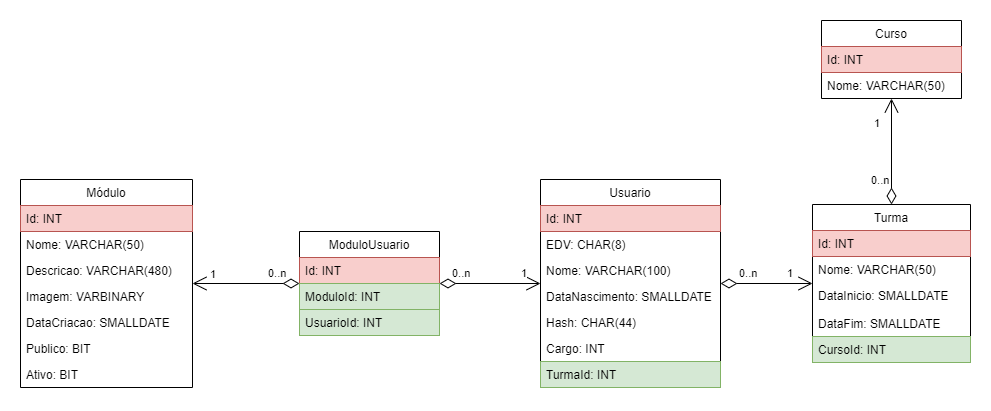
Earlier version of the draw.io export Documentacao/Core/Core - Diagrama de Banco de Dados.png (BrunoViotto18/ETS-Hub). Source tidied: cells renumbered, new cells last; positions are measured from the earlier drawing's top-left corner, leaving out a move shared by most shapes. Source of this version:
```xml
<mxGraphModel>
  <root>
    <mxCell id="0" />
    <mxCell id="1" parent="0" />
    <mxCell id="2" value="Usuario" style="swimlane;fontStyle=0;horizontal=1;startSize=26;fillColor=none;" parent="1" vertex="1">
      <mxGeometry x="520" y="159" width="180" height="208" as="geometry" />
    </mxCell>
    <mxCell id="3" value="Id: INT" style="text;strokeColor=#b85450;fillColor=#f8cecc;align=left;verticalAlign=top;spacingLeft=4;spacingRight=4;overflow=hidden;" parent="2" vertex="1">
      <mxGeometry y="26" width="180" height="26" as="geometry" />
    </mxCell>
    <mxCell id="4" value="EDV: CHAR(8)" style="text;strokeColor=none;fillColor=none;align=left;verticalAlign=top;spacingLeft=4;spacingRight=4;overflow=hidden;" parent="2" vertex="1">
      <mxGeometry y="52" width="180" height="26" as="geometry" />
    </mxCell>
    <mxCell id="5" value="Nome: VARCHAR(100)" style="text;strokeColor=none;fillColor=none;align=left;verticalAlign=top;spacingLeft=4;spacingRight=4;overflow=hidden;" parent="2" vertex="1">
      <mxGeometry y="78" width="180" height="26" as="geometry" />
    </mxCell>
    <mxCell id="6" value="DataNascimento: SMALLDATE" style="text;strokeColor=none;fillColor=none;align=left;verticalAlign=top;spacingLeft=4;spacingRight=4;overflow=hidden;" parent="2" vertex="1">
      <mxGeometry y="104" width="180" height="26" as="geometry" />
    </mxCell>
    <mxCell id="7" value="Hash: CHAR(44)" style="text;strokeColor=none;fillColor=none;align=left;verticalAlign=top;spacingLeft=4;spacingRight=4;overflow=hidden;" parent="2" vertex="1">
      <mxGeometry y="130" width="180" height="26" as="geometry" />
    </mxCell>
    <mxCell id="8" value="Cargo: INT" style="text;strokeColor=none;fillColor=none;align=left;verticalAlign=top;spacingLeft=4;spacingRight=4;overflow=hidden;" parent="2" vertex="1">
      <mxGeometry y="156" width="180" height="26" as="geometry" />
    </mxCell>
    <mxCell id="9" value="TurmaId: INT" style="text;strokeColor=#82b366;fillColor=#d5e8d4;align=left;verticalAlign=top;spacingLeft=4;spacingRight=4;overflow=hidden;" parent="2" vertex="1">
      <mxGeometry y="182" width="180" height="26" as="geometry" />
    </mxCell>
    <mxCell id="10" value="Turma" style="swimlane;fontStyle=0;horizontal=1;startSize=26;fillColor=none;" parent="1" vertex="1">
      <mxGeometry x="792" y="184" width="158" height="158" as="geometry" />
    </mxCell>
    <mxCell id="11" value="Id: INT" style="text;strokeColor=#b85450;fillColor=#f8cecc;align=left;verticalAlign=top;spacingLeft=4;spacingRight=4;overflow=hidden;" parent="10" vertex="1">
      <mxGeometry y="26" width="158" height="26" as="geometry" />
    </mxCell>
    <mxCell id="12" value="Nome: VARCHAR(50)" style="text;strokeColor=none;fillColor=none;align=left;verticalAlign=top;spacingLeft=4;spacingRight=4;overflow=hidden;" parent="10" vertex="1">
      <mxGeometry y="52" width="158" height="26" as="geometry" />
    </mxCell>
    <mxCell id="13" value="DataInicio: SMALLDATE" style="text;strokeColor=none;fillColor=none;align=left;verticalAlign=top;spacingLeft=4;spacingRight=4;overflow=hidden;" parent="10" vertex="1">
      <mxGeometry y="78" width="158" height="28" as="geometry" />
    </mxCell>
    <mxCell id="14" value="DataFim: SMALLDATE" style="text;strokeColor=none;fillColor=none;align=left;verticalAlign=top;spacingLeft=4;spacingRight=4;overflow=hidden;" parent="10" vertex="1">
      <mxGeometry y="106" width="158" height="26" as="geometry" />
    </mxCell>
    <mxCell id="15" value="CursoId: INT" style="text;strokeColor=#82b366;fillColor=#d5e8d4;align=left;verticalAlign=top;spacingLeft=4;spacingRight=4;overflow=hidden;" parent="10" vertex="1">
      <mxGeometry y="132" width="158" height="26" as="geometry" />
    </mxCell>
    <mxCell id="16" value="Curso" style="swimlane;fontStyle=0;horizontal=1;startSize=26;fillColor=none;" parent="1" vertex="1">
      <mxGeometry x="801" width="140" height="78" as="geometry" />
    </mxCell>
    <mxCell id="17" value="Id: INT" style="text;strokeColor=#b85450;fillColor=#f8cecc;align=left;verticalAlign=top;spacingLeft=4;spacingRight=4;overflow=hidden;" parent="16" vertex="1">
      <mxGeometry y="26" width="140" height="26" as="geometry" />
    </mxCell>
    <mxCell id="18" value="Nome: VARCHAR(50)" style="text;strokeColor=none;fillColor=none;align=left;verticalAlign=top;spacingLeft=4;spacingRight=4;overflow=hidden;" parent="16" vertex="1">
      <mxGeometry y="52" width="140" height="26" as="geometry" />
    </mxCell>
    <mxCell id="19" value="ModuloUsuario" style="swimlane;fontStyle=0;horizontal=1;startSize=26;fillColor=none;" parent="1" vertex="1">
      <mxGeometry x="279" y="211" width="140" height="104" as="geometry" />
    </mxCell>
    <mxCell id="20" value="Id: INT" style="text;strokeColor=#b85450;fillColor=#f8cecc;align=left;verticalAlign=top;spacingLeft=4;spacingRight=4;overflow=hidden;" parent="19" vertex="1">
      <mxGeometry y="26" width="140" height="26" as="geometry" />
    </mxCell>
    <mxCell id="21" value="ModuloId: INT" style="text;strokeColor=#82b366;fillColor=#d5e8d4;align=left;verticalAlign=top;spacingLeft=4;spacingRight=4;overflow=hidden;" parent="19" vertex="1">
      <mxGeometry y="52" width="140" height="26" as="geometry" />
    </mxCell>
    <mxCell id="22" value="UsuarioId: INT" style="text;strokeColor=#82b366;fillColor=#d5e8d4;align=left;verticalAlign=top;spacingLeft=4;spacingRight=4;overflow=hidden;" parent="19" vertex="1">
      <mxGeometry y="78" width="140" height="26" as="geometry" />
    </mxCell>
    <mxCell id="23" value="Módulo" style="swimlane;fontStyle=0;horizontal=1;startSize=26;fillColor=none;" parent="1" vertex="1">
      <mxGeometry y="159" width="172" height="208" as="geometry" />
    </mxCell>
    <mxCell id="24" value="Id: INT" style="text;strokeColor=#b85450;fillColor=#f8cecc;align=left;verticalAlign=top;spacingLeft=4;spacingRight=4;overflow=hidden;" parent="23" vertex="1">
      <mxGeometry y="26" width="172" height="26" as="geometry" />
    </mxCell>
    <mxCell id="25" value="Nome: VARCHAR(50)" style="text;strokeColor=none;fillColor=none;align=left;verticalAlign=top;spacingLeft=4;spacingRight=4;overflow=hidden;" parent="23" vertex="1">
      <mxGeometry y="52" width="172" height="26" as="geometry" />
    </mxCell>
    <mxCell id="26" value="Descricao: VARCHAR(480)" style="text;strokeColor=none;fillColor=none;align=left;verticalAlign=top;spacingLeft=4;spacingRight=4;overflow=hidden;" parent="23" vertex="1">
      <mxGeometry y="78" width="172" height="26" as="geometry" />
    </mxCell>
    <mxCell id="27" value="Imagem: VARBINARY" style="text;strokeColor=none;fillColor=none;align=left;verticalAlign=top;spacingLeft=4;spacingRight=4;overflow=hidden;" parent="23" vertex="1">
      <mxGeometry y="104" width="172" height="26" as="geometry" />
    </mxCell>
    <mxCell id="28" value="DataCriacao: SMALLDATE" style="text;strokeColor=none;fillColor=none;align=left;verticalAlign=top;spacingLeft=4;spacingRight=4;overflow=hidden;" parent="23" vertex="1">
      <mxGeometry y="130" width="172" height="26" as="geometry" />
    </mxCell>
    <mxCell id="29" value="Publico: BIT" style="text;strokeColor=none;fillColor=none;align=left;verticalAlign=top;spacingLeft=4;spacingRight=4;overflow=hidden;" parent="23" vertex="1">
      <mxGeometry y="156" width="172" height="26" as="geometry" />
    </mxCell>
    <mxCell id="30" value="Ativo: BIT" style="text;strokeColor=none;fillColor=none;align=left;verticalAlign=top;spacingLeft=4;spacingRight=4;overflow=hidden;" parent="23" vertex="1">
      <mxGeometry y="182" width="172" height="26" as="geometry" />
    </mxCell>
    <mxCell id="31" style="endArrow=open;html=1;endSize=12;startArrow=diamondThin;startSize=14;startFill=0;edgeStyle=orthogonalEdgeStyle;rounded=0;" parent="1" edge="1" source="19" target="23">
      <mxGeometry relative="1" as="geometry" />
    </mxCell>
    <mxCell id="32" value="0..n" style="edgeLabel;html=1;align=left;verticalAlign=top;" parent="31" vertex="1">
      <mxGeometry x="-1" relative="1" as="geometry">
        <mxPoint x="-33" y="-23" as="offset" />
      </mxGeometry>
    </mxCell>
    <mxCell id="33" value="1" style="edgeLabel;html=1;align=right;verticalAlign=top;" parent="31" vertex="1">
      <mxGeometry x="1" relative="1" as="geometry">
        <mxPoint x="24" y="-22" as="offset" />
      </mxGeometry>
    </mxCell>
    <mxCell id="34" style="endArrow=open;html=1;endSize=12;startArrow=diamondThin;startSize=14;startFill=0;edgeStyle=orthogonalEdgeStyle;rounded=0;" parent="1" edge="1" source="19" target="2">
      <mxGeometry relative="1" as="geometry" />
    </mxCell>
    <mxCell id="35" value="0..n" style="edgeLabel;html=1;align=left;verticalAlign=top;" parent="34" vertex="1">
      <mxGeometry x="-1" relative="1" as="geometry">
        <mxPoint x="11" y="-23" as="offset" />
      </mxGeometry>
    </mxCell>
    <mxCell id="36" value="1" style="edgeLabel;html=1;align=right;verticalAlign=top;" parent="34" vertex="1">
      <mxGeometry x="1" relative="1" as="geometry">
        <mxPoint x="-13" y="-23" as="offset" />
      </mxGeometry>
    </mxCell>
    <mxCell id="37" style="endArrow=open;html=1;endSize=12;startArrow=diamondThin;startSize=14;startFill=0;edgeStyle=orthogonalEdgeStyle;rounded=0;" parent="1" edge="1" source="10" target="16">
      <mxGeometry relative="1" as="geometry" />
    </mxCell>
    <mxCell id="38" value="0..n" style="edgeLabel;html=1;align=left;verticalAlign=top;" parent="37" vertex="1">
      <mxGeometry x="-1" relative="1" as="geometry">
        <mxPoint x="-22" y="-37" as="offset" />
      </mxGeometry>
    </mxCell>
    <mxCell id="39" value="1" style="edgeLabel;html=1;align=right;verticalAlign=top;" parent="37" vertex="1">
      <mxGeometry x="1" relative="1" as="geometry">
        <mxPoint x="-11" y="12" as="offset" />
      </mxGeometry>
    </mxCell>
    <mxCell id="40" style="endArrow=open;html=1;endSize=12;startArrow=diamondThin;startSize=14;startFill=0;edgeStyle=orthogonalEdgeStyle;rounded=0;" parent="1" edge="1" source="2" target="10">
      <mxGeometry relative="1" as="geometry" />
    </mxCell>
    <mxCell id="41" value="0..n" style="edgeLabel;html=1;align=left;verticalAlign=top;" parent="40" vertex="1">
      <mxGeometry x="-1" relative="1" as="geometry">
        <mxPoint x="17" y="-23" as="offset" />
      </mxGeometry>
    </mxCell>
    <mxCell id="42" value="1" style="edgeLabel;html=1;align=right;verticalAlign=top;" parent="40" vertex="1">
      <mxGeometry x="1" relative="1" as="geometry">
        <mxPoint x="-19" y="-23" as="offset" />
      </mxGeometry>
    </mxCell>
  </root>
</mxGraphModel>
```
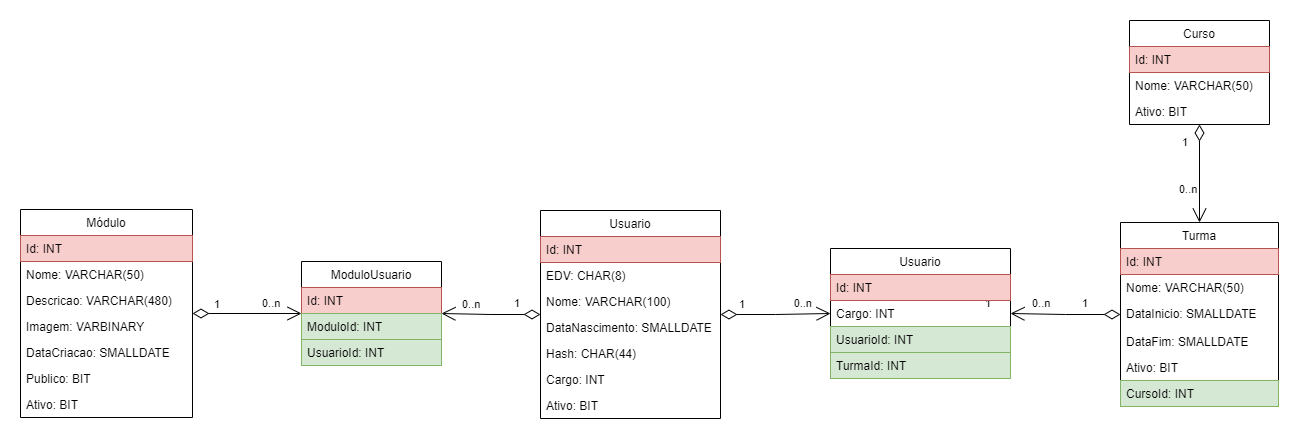
Above is the later version.

What changed in the source:
```diff
@@ -3,7 +3,7 @@
     <mxCell id="0" />
     <mxCell id="1" parent="0" />
     <mxCell id="2" value="Usuario" style="swimlane;fontStyle=0;horizontal=1;startSize=26;fillColor=none;" parent="1" vertex="1">
-      <mxGeometry x="520" y="159" width="180" height="208" as="geometry" />
+      <mxGeometry x="520" y="160" width="180" height="208" as="geometry" />
     </mxCell>
     <mxCell id="3" value="Id: INT" style="text;strokeColor=#b85450;fillColor=#f8cecc;align=left;verticalAlign=top;spacingLeft=4;spacingRight=4;overflow=hidden;" parent="2" vertex="1">
       <mxGeometry y="26" width="180" height="26" as="geometry" />
@@ -23,11 +23,11 @@
     <mxCell id="8" value="Cargo: INT" style="text;strokeColor=none;fillColor=none;align=left;verticalAlign=top;spacingLeft=4;spacingRight=4;overflow=hidden;" parent="2" vertex="1">
       <mxGeometry y="156" width="180" height="26" as="geometry" />
     </mxCell>
-    <mxCell id="9" value="TurmaId: INT" style="text;strokeColor=#82b366;fillColor=#d5e8d4;align=left;verticalAlign=top;spacingLeft=4;spacingRight=4;overflow=hidden;" parent="2" vertex="1">
-      <mxGeometry y="182" width="180" height="26" as="geometry" />
-    </mxCell>
+    <mxCell id="43" value="Ativo: BIT" style="text;strokeColor=none;fillColor=none;align=left;verticalAlign=top;spacingLeft=4;spacingRight=4;overflow=hidden;" parent="2" vertex="1">
+      <mxGeometry y="182" width="180" height="26" as="geometry" />
+    </mxCell>
     <mxCell id="10" value="Turma" style="swimlane;fontStyle=0;horizontal=1;startSize=26;fillColor=none;" parent="1" vertex="1">
-      <mxGeometry x="792" y="184" width="158" height="158" as="geometry" />
+      <mxGeometry x="1100" y="172" width="158" height="184" as="geometry" />
     </mxCell>
     <mxCell id="11" value="Id: INT" style="text;strokeColor=#b85450;fillColor=#f8cecc;align=left;verticalAlign=top;spacingLeft=4;spacingRight=4;overflow=hidden;" parent="10" vertex="1">
       <mxGeometry y="26" width="158" height="26" as="geometry" />
@@ -41,11 +41,14 @@
     <mxCell id="14" value="DataFim: SMALLDATE" style="text;strokeColor=none;fillColor=none;align=left;verticalAlign=top;spacingLeft=4;spacingRight=4;overflow=hidden;" parent="10" vertex="1">
       <mxGeometry y="106" width="158" height="26" as="geometry" />
     </mxCell>
+    <mxCell id="44" value="Ativo: BIT" style="text;strokeColor=none;fillColor=none;align=left;verticalAlign=top;spacingLeft=4;spacingRight=4;overflow=hidden;" parent="10" vertex="1">
+      <mxGeometry y="132" width="158" height="26" as="geometry" />
+    </mxCell>
     <mxCell id="15" value="CursoId: INT" style="text;strokeColor=#82b366;fillColor=#d5e8d4;align=left;verticalAlign=top;spacingLeft=4;spacingRight=4;overflow=hidden;" parent="10" vertex="1">
-      <mxGeometry y="132" width="158" height="26" as="geometry" />
+      <mxGeometry y="158" width="158" height="26" as="geometry" />
     </mxCell>
     <mxCell id="16" value="Curso" style="swimlane;fontStyle=0;horizontal=1;startSize=26;fillColor=none;" parent="1" vertex="1">
-      <mxGeometry x="801" width="140" height="78" as="geometry" />
+      <mxGeometry x="1109" y="-30" width="140" height="104" as="geometry" />
     </mxCell>
     <mxCell id="17" value="Id: INT" style="text;strokeColor=#b85450;fillColor=#f8cecc;align=left;verticalAlign=top;spacingLeft=4;spacingRight=4;overflow=hidden;" parent="16" vertex="1">
       <mxGeometry y="26" width="140" height="26" as="geometry" />
@@ -53,8 +56,11 @@
     <mxCell id="18" value="Nome: VARCHAR(50)" style="text;strokeColor=none;fillColor=none;align=left;verticalAlign=top;spacingLeft=4;spacingRight=4;overflow=hidden;" parent="16" vertex="1">
       <mxGeometry y="52" width="140" height="26" as="geometry" />
     </mxCell>
+    <mxCell id="45" value="Ativo: BIT" style="text;strokeColor=none;fillColor=none;align=left;verticalAlign=top;spacingLeft=4;spacingRight=4;overflow=hidden;" parent="16" vertex="1">
+      <mxGeometry y="78" width="140" height="26" as="geometry" />
+    </mxCell>
     <mxCell id="19" value="ModuloUsuario" style="swimlane;fontStyle=0;horizontal=1;startSize=26;fillColor=none;" parent="1" vertex="1">
-      <mxGeometry x="279" y="211" width="140" height="104" as="geometry" />
+      <mxGeometry x="281" y="211" width="140" height="104" as="geometry" />
     </mxCell>
     <mxCell id="20" value="Id: INT" style="text;strokeColor=#b85450;fillColor=#f8cecc;align=left;verticalAlign=top;spacingLeft=4;spacingRight=4;overflow=hidden;" parent="19" vertex="1">
       <mxGeometry y="26" width="140" height="26" as="geometry" />
@@ -89,57 +95,86 @@
     <mxCell id="30" value="Ativo: BIT" style="text;strokeColor=none;fillColor=none;align=left;verticalAlign=top;spacingLeft=4;spacingRight=4;overflow=hidden;" parent="23" vertex="1">
       <mxGeometry y="182" width="172" height="26" as="geometry" />
     </mxCell>
-    <mxCell id="31" style="endArrow=open;html=1;endSize=12;startArrow=diamondThin;startSize=14;startFill=0;edgeStyle=orthogonalEdgeStyle;rounded=0;" parent="1" edge="1" source="19" target="23">
+    <mxCell id="31" style="endArrow=open;html=1;endSize=12;startArrow=diamondThin;startSize=14;startFill=0;edgeStyle=orthogonalEdgeStyle;rounded=0;" parent="1" edge="1" source="23" target="19">
       <mxGeometry relative="1" as="geometry" />
     </mxCell>
     <mxCell id="32" value="0..n" style="edgeLabel;html=1;align=left;verticalAlign=top;" parent="31" vertex="1">
       <mxGeometry x="-1" relative="1" as="geometry">
-        <mxPoint x="-33" y="-23" as="offset" />
+        <mxPoint x="68" y="-23" as="offset" />
       </mxGeometry>
     </mxCell>
     <mxCell id="33" value="1" style="edgeLabel;html=1;align=right;verticalAlign=top;" parent="31" vertex="1">
       <mxGeometry x="1" relative="1" as="geometry">
-        <mxPoint x="24" y="-22" as="offset" />
+        <mxPoint x="-81" y="-22" as="offset" />
       </mxGeometry>
     </mxCell>
-    <mxCell id="34" style="endArrow=open;html=1;endSize=12;startArrow=diamondThin;startSize=14;startFill=0;edgeStyle=orthogonalEdgeStyle;rounded=0;" parent="1" edge="1" source="19" target="2">
+    <mxCell id="34" style="endArrow=open;html=1;endSize=12;startArrow=diamondThin;startSize=14;startFill=0;edgeStyle=orthogonalEdgeStyle;rounded=0;" parent="1" edge="1" source="2" target="19">
       <mxGeometry relative="1" as="geometry" />
     </mxCell>
     <mxCell id="35" value="0..n" style="edgeLabel;html=1;align=left;verticalAlign=top;" parent="34" vertex="1">
       <mxGeometry x="-1" relative="1" as="geometry">
-        <mxPoint x="11" y="-23" as="offset" />
+        <mxPoint x="-80" y="-23" as="offset" />
       </mxGeometry>
     </mxCell>
     <mxCell id="36" value="1" style="edgeLabel;html=1;align=right;verticalAlign=top;" parent="34" vertex="1">
       <mxGeometry x="1" relative="1" as="geometry">
-        <mxPoint x="-13" y="-23" as="offset" />
+        <mxPoint x="79" y="-23" as="offset" />
       </mxGeometry>
     </mxCell>
-    <mxCell id="37" style="endArrow=open;html=1;endSize=12;startArrow=diamondThin;startSize=14;startFill=0;edgeStyle=orthogonalEdgeStyle;rounded=0;" parent="1" edge="1" source="10" target="16">
+    <mxCell id="37" style="endArrow=open;html=1;endSize=12;startArrow=diamondThin;startSize=14;startFill=0;edgeStyle=orthogonalEdgeStyle;rounded=0;" parent="1" edge="1" source="16" target="10">
       <mxGeometry relative="1" as="geometry" />
     </mxCell>
     <mxCell id="38" value="0..n" style="edgeLabel;html=1;align=left;verticalAlign=top;" parent="37" vertex="1">
       <mxGeometry x="-1" relative="1" as="geometry">
-        <mxPoint x="-22" y="-37" as="offset" />
+        <mxPoint x="-22" y="52" as="offset" />
       </mxGeometry>
     </mxCell>
     <mxCell id="39" value="1" style="edgeLabel;html=1;align=right;verticalAlign=top;" parent="37" vertex="1">
       <mxGeometry x="1" relative="1" as="geometry">
-        <mxPoint x="-11" y="12" as="offset" />
+        <mxPoint x="-11" y="-94" as="offset" />
       </mxGeometry>
     </mxCell>
-    <mxCell id="40" style="endArrow=open;html=1;endSize=12;startArrow=diamondThin;startSize=14;startFill=0;edgeStyle=orthogonalEdgeStyle;rounded=0;" parent="1" edge="1" source="2" target="10">
+    <mxCell id="40" style="endArrow=open;html=1;endSize=12;startArrow=diamondThin;startSize=14;startFill=0;edgeStyle=orthogonalEdgeStyle;rounded=0;" parent="1" edge="1" source="2" target="48">
       <mxGeometry relative="1" as="geometry" />
     </mxCell>
-    <mxCell id="41" value="0..n" style="edgeLabel;html=1;align=left;verticalAlign=top;" parent="40" vertex="1">
+    <mxCell id="41" value="1" style="edgeLabel;html=1;align=left;verticalAlign=top;" parent="40" vertex="1">
       <mxGeometry x="-1" relative="1" as="geometry">
         <mxPoint x="17" y="-23" as="offset" />
       </mxGeometry>
     </mxCell>
-    <mxCell id="42" value="1" style="edgeLabel;html=1;align=right;verticalAlign=top;" parent="40" vertex="1">
+    <mxCell id="42" value="0..n" style="edgeLabel;html=1;align=right;verticalAlign=top;" parent="40" vertex="1">
       <mxGeometry x="1" relative="1" as="geometry">
         <mxPoint x="-19" y="-23" as="offset" />
       </mxGeometry>
     </mxCell>
+    <mxCell id="46" style="endArrow=open;html=1;endSize=12;startArrow=diamondThin;startSize=14;startFill=0;edgeStyle=orthogonalEdgeStyle;rounded=0;" parent="1" edge="1" source="10" target="48">
+      <mxGeometry relative="1" as="geometry" />
+    </mxCell>
+    <mxCell id="47" value="1" style="edgeLabel;html=1;align=right;verticalAlign=top;" parent="46" vertex="1">
+      <mxGeometry x="1" relative="1" as="geometry">
+        <mxPoint x="-19" y="-23" as="offset" />
+      </mxGeometry>
+    </mxCell>
+    <mxCell id="48" value="Usuario" style="swimlane;fontStyle=0;horizontal=1;startSize=26;fillColor=none;" parent="1" vertex="1">
+      <mxGeometry x="810" y="198" width="180" height="130" as="geometry" />
+    </mxCell>
+    <mxCell id="49" value="Id: INT" style="text;strokeColor=#b85450;fillColor=#f8cecc;align=left;verticalAlign=top;spacingLeft=4;spacingRight=4;overflow=hidden;" parent="48" vertex="1">
+      <mxGeometry y="26" width="180" height="26" as="geometry" />
+    </mxCell>
+    <mxCell id="50" value="Cargo: INT" style="text;strokeColor=none;fillColor=none;align=left;verticalAlign=top;spacingLeft=4;spacingRight=4;overflow=hidden;" parent="48" vertex="1">
+      <mxGeometry y="52" width="180" height="26" as="geometry" />
+    </mxCell>
+    <mxCell id="51" value="UsuarioId: INT" style="text;strokeColor=#82b366;fillColor=#d5e8d4;align=left;verticalAlign=top;spacingLeft=4;spacingRight=4;overflow=hidden;" parent="48" vertex="1">
+      <mxGeometry y="78" width="180" height="26" as="geometry" />
+    </mxCell>
+    <mxCell id="9" value="TurmaId: INT" style="text;strokeColor=#82b366;fillColor=#d5e8d4;align=left;verticalAlign=top;spacingLeft=4;spacingRight=4;overflow=hidden;" parent="48" vertex="1">
+      <mxGeometry y="104" width="180" height="26" as="geometry" />
+    </mxCell>
+    <mxCell id="52" value="0..n" style="edgeLabel;html=1;align=left;verticalAlign=top;" parent="1" vertex="1">
+      <mxGeometry x="1010" y="240" as="geometry" />
+    </mxCell>
+    <mxCell id="53" value="1" style="edgeLabel;html=1;align=left;verticalAlign=top;" parent="1" vertex="1">
+      <mxGeometry x="1060" y="240" as="geometry" />
+    </mxCell>
   </root>
 </mxGraphModel>
```
